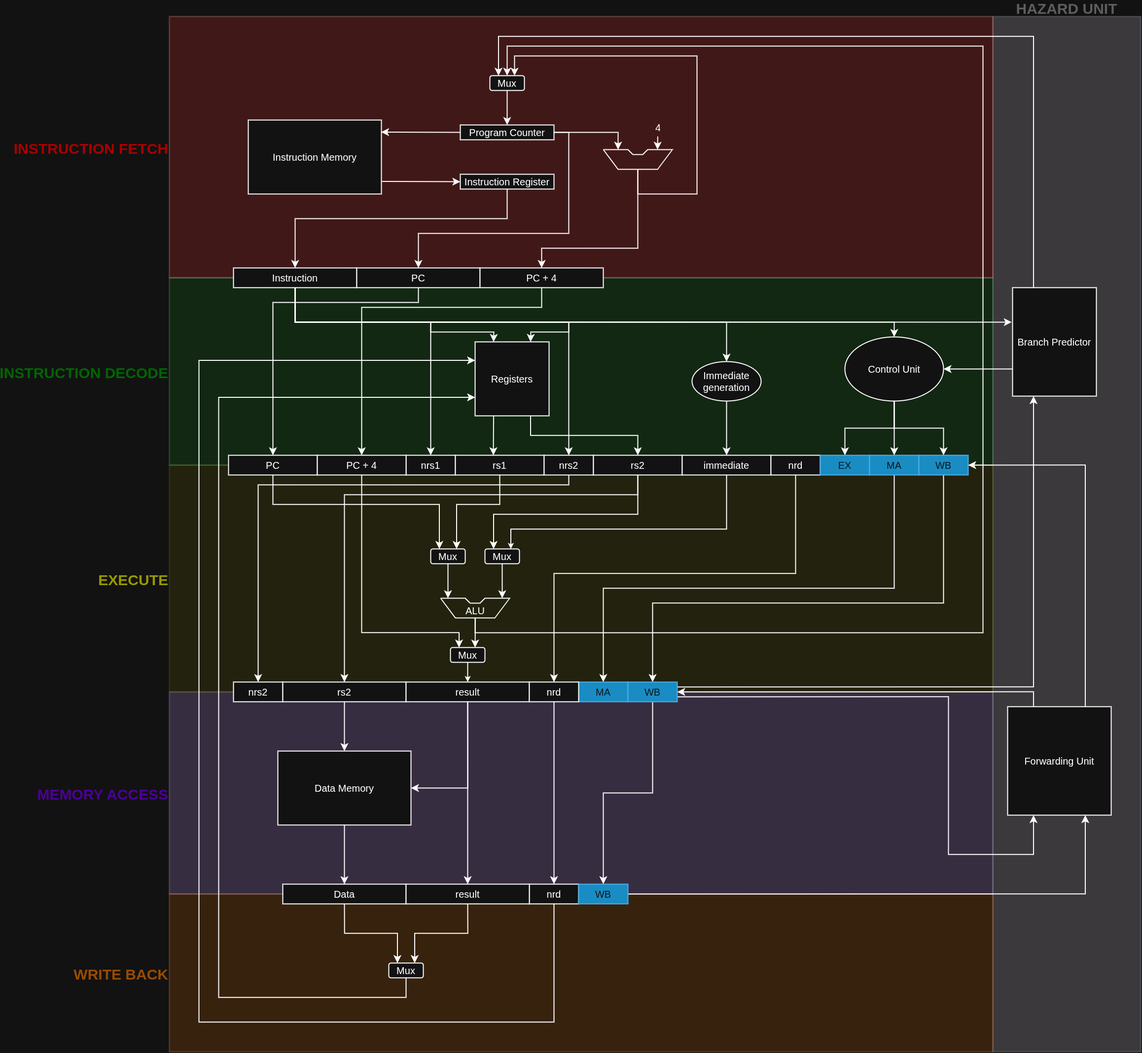
This is docs/assets/figures/pipeline_datapath.png from Abdurrahman-shaikh02/RISC-V-microarchitecture-simulator, a draw.io export, as it was before one commit. Source tidied: cells renumbered, new cells last; positions are measured from the earlier drawing's top-left corner, leaving out a move shared by most shapes.
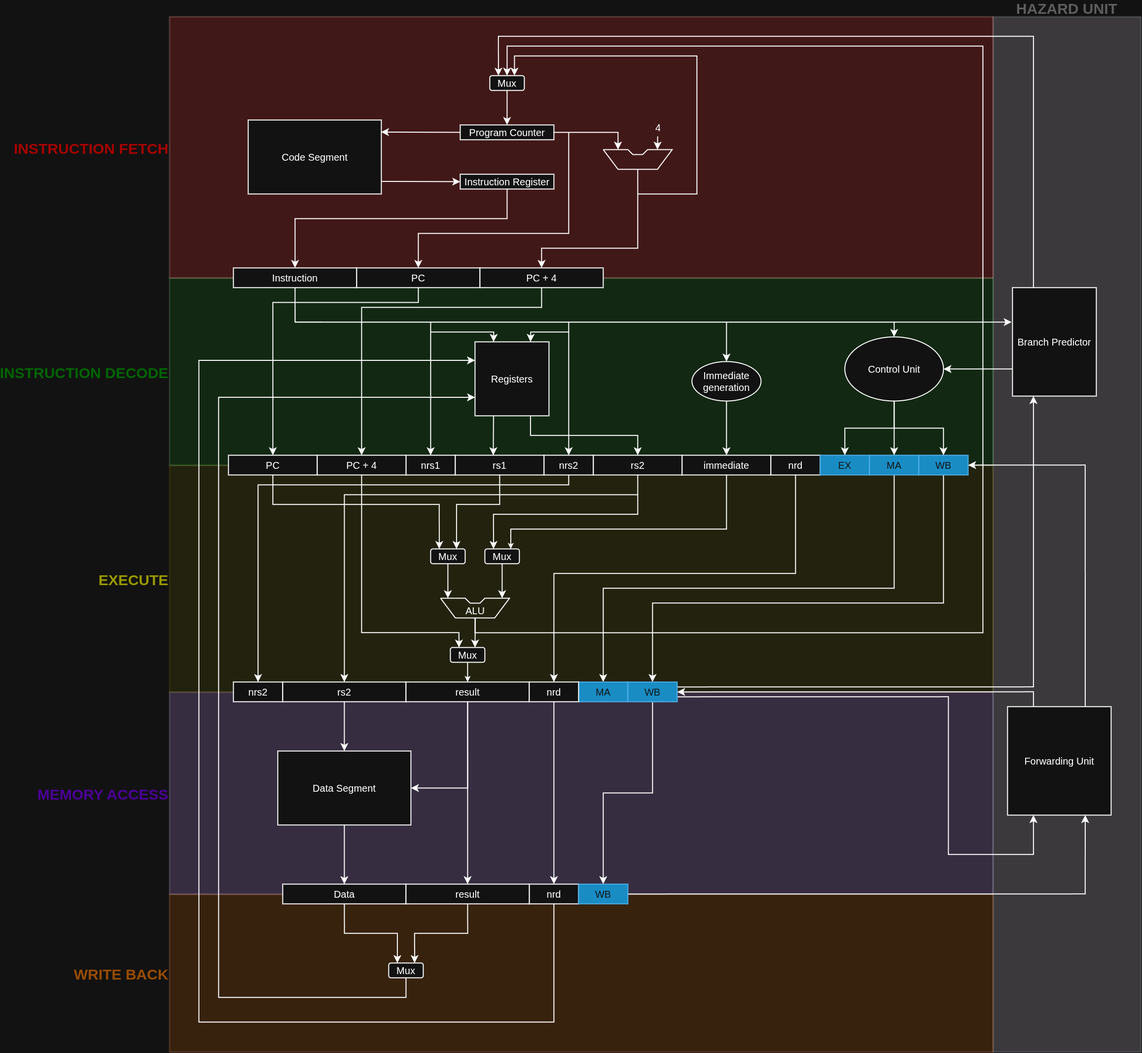
Above is the later version.

The edit, as a diff of the source:
```diff
@@ -20,7 +20,7 @@
     <mxCell id="7" value="INSTRUCTION FETCH" style="swimlane;startSize=0;strokeWidth=3;fillColor=#a20025;fontColor=light-dark(#FFFFFF,#A80000);strokeColor=light-dark(#6F0000, #fdbfbf);direction=south;fillStyle=auto;swimlaneFillColor=light-dark(#FFFFFF,#FF3333);gradientColor=none;gradientDirection=south;opacity=20;fontSize=30;labelPosition=left;verticalLabelPosition=middle;align=right;verticalAlign=middle;labelBorderColor=none;" parent="1" vertex="1">
       <mxGeometry width="1670" height="530" as="geometry" />
     </mxCell>
-    <mxCell id="8" value="Instruction Memory" style="rounded=0;whiteSpace=wrap;html=1;labelBackgroundColor=none;fontSize=20;strokeWidth=2;" parent="1" vertex="1">
+    <mxCell id="8" value="Code Segment" style="rounded=0;whiteSpace=wrap;html=1;labelBackgroundColor=none;fontSize=20;strokeWidth=2;" parent="1" vertex="1">
       <mxGeometry x="160" y="210" width="270" height="150" as="geometry" />
     </mxCell>
     <mxCell id="9" value="Program Counter" style="rounded=0;whiteSpace=wrap;html=1;labelBackgroundColor=none;fontSize=20;strokeWidth=2;" parent="1" vertex="1">
@@ -432,7 +432,7 @@
     <mxCell id="84" style="edgeStyle=orthogonalEdgeStyle;rounded=0;jettySize=auto;html=1;exitX=0.5;exitY=1;exitDx=0;exitDy=0;entryX=0.5;entryY=0;entryDx=0;entryDy=0;labelPosition=right;verticalLabelPosition=middle;align=left;verticalAlign=middle;endSize=10;strokeWidth=2;" parent="1" edge="1" source="85" target="87">
       <mxGeometry relative="1" as="geometry" />
     </mxCell>
-    <mxCell id="85" value="Data Memory" style="rounded=0;whiteSpace=wrap;html=1;labelBackgroundColor=none;fontSize=20;strokeWidth=2;" parent="1" vertex="1">
+    <mxCell id="85" value="Data Segment" style="rounded=0;whiteSpace=wrap;html=1;labelBackgroundColor=none;fontSize=20;strokeWidth=2;" parent="1" vertex="1">
       <mxGeometry x="220" y="1490" width="270" height="150" as="geometry" />
     </mxCell>
     <mxCell id="86" style="edgeStyle=orthogonalEdgeStyle;rounded=0;jettySize=auto;html=1;exitX=0.5;exitY=1;exitDx=0;exitDy=0;entryX=0.25;entryY=0;entryDx=0;entryDy=0;endSize=10;strokeWidth=2;" parent="1" edge="1" source="87" target="96">
```
